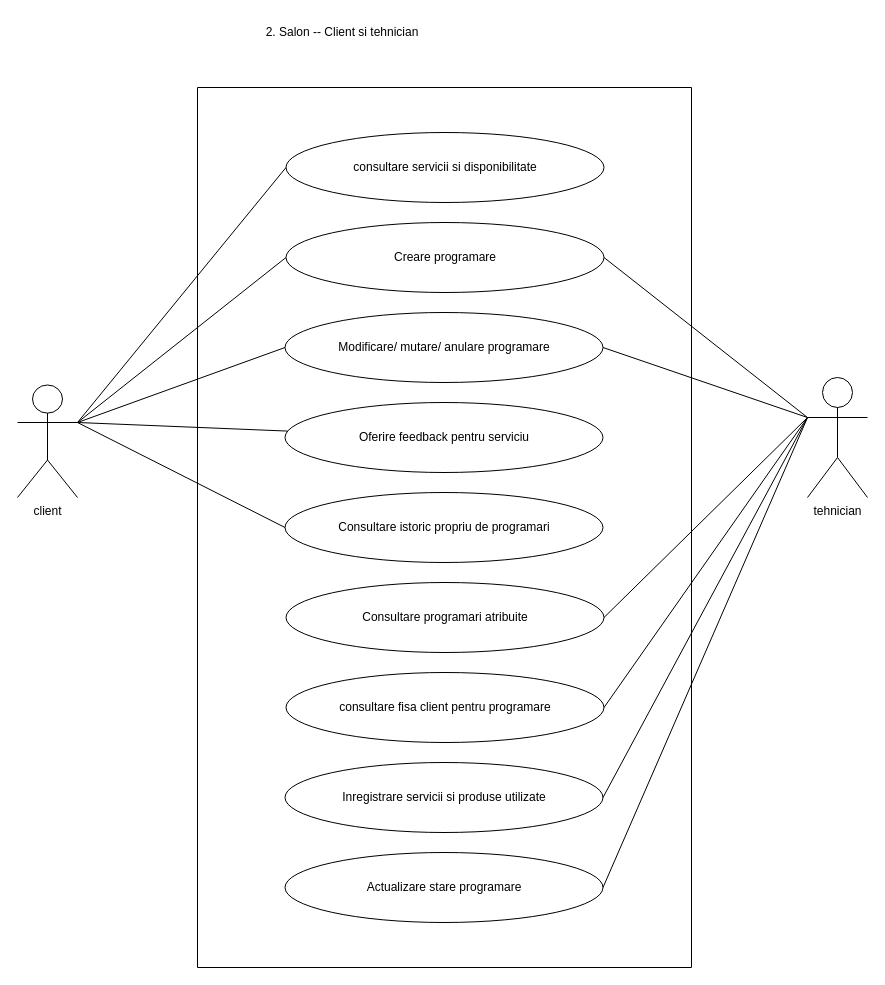
Above: Anul_3/proiect_baze_de_date/db/diagrams/diagrama_cazuri_utilizare/draw.io/d.c.u_salon.drawio in nerea-mihut/facultate-laboratoare (draw.io), before the change. Source tidied: cells renumbered, new cells numbered last; positions are measured from the earlier drawing's top-left corner, leaving out a move shared by most shapes. Both pictures are drawn from the tidied source at 100%, with x=0, y=0 at pixel (17, 17).
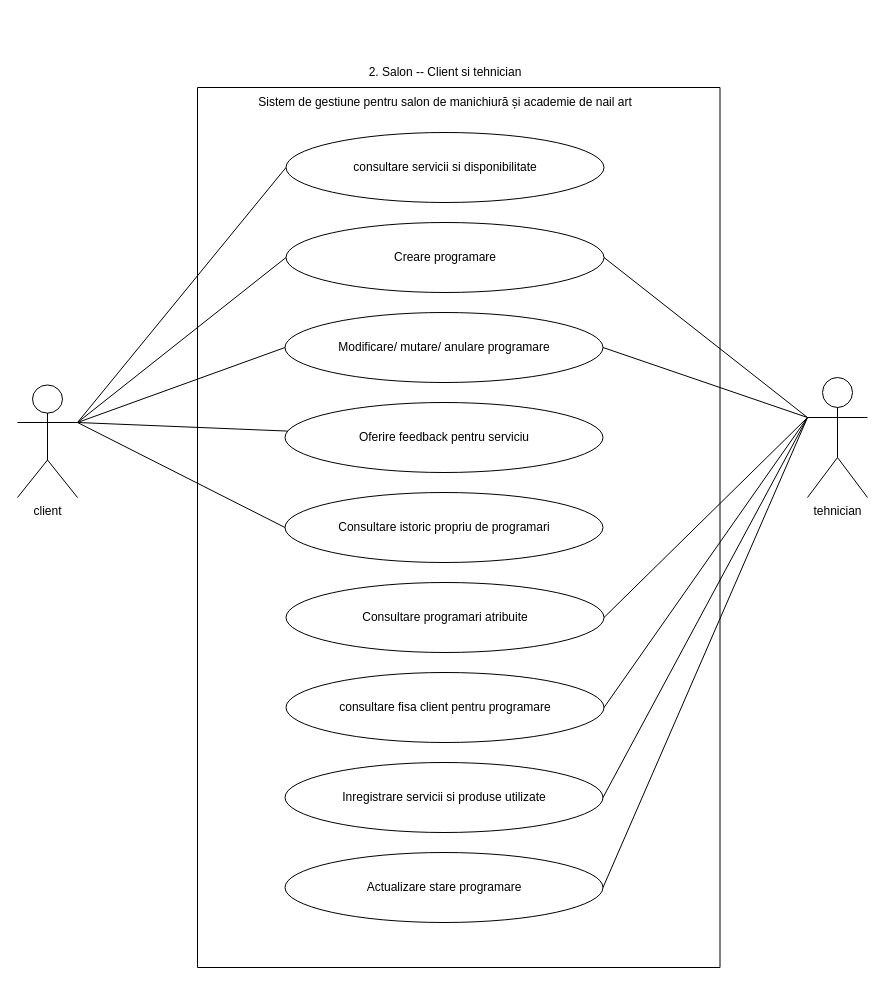
The same page after the edit.

Change to the diagram source:
```diff
@@
     <mxCell id="2" style="swimlane;startSize=0;" parent="1" vertex="1">
-      <mxGeometry x="180" y="70" width="494" height="880" as="geometry" />
+      <mxGeometry x="180" y="70" width="522.5" height="880" as="geometry" />
     </mxCell>
@@
+    <mxCell id="26" value="Sistem de gestiune pentru salon de manichiură și academie de nail art" style="text;html=1;whiteSpace=wrap;strokeColor=none;fillColor=none;align=center;verticalAlign=middle;rounded=0;" parent="2" vertex="1">
+      <mxGeometry x="-27.5" width="550" height="30" as="geometry" />
+    </mxCell>
     <mxCell id="12" value="2. Salon -- Client si tehnician" style="text;html=1;whiteSpace=wrap;strokeColor=none;fillColor=none;align=center;verticalAlign=middle;rounded=0;" parent="1" vertex="1">
-      <mxGeometry x="200" width="250" height="30" as="geometry" />
+      <mxGeometry x="302.5" y="40" width="250" height="30" as="geometry" />
     </mxCell>
```
